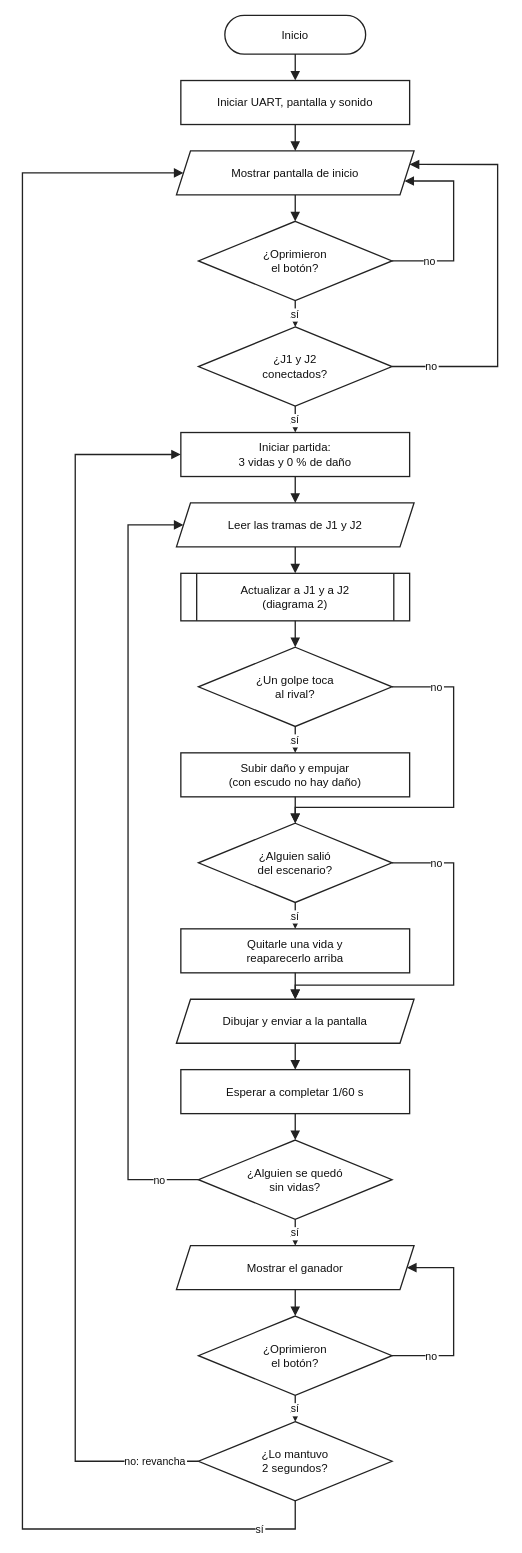
Earlier version of the draw.io diagram Grupos/G6/diagramas/flujo-juego-pelea.drawio (jhonyAlexan/Proyecto-Digital1-GRUPO9). Source tidied: cells renumbered, new cells numbered last; positions are measured from the earlier drawing's top-left corner, leaving out a move shared by most shapes. Both pictures are drawn from the tidied source at 88%, with x=0, y=0 at pixel (22, 15).
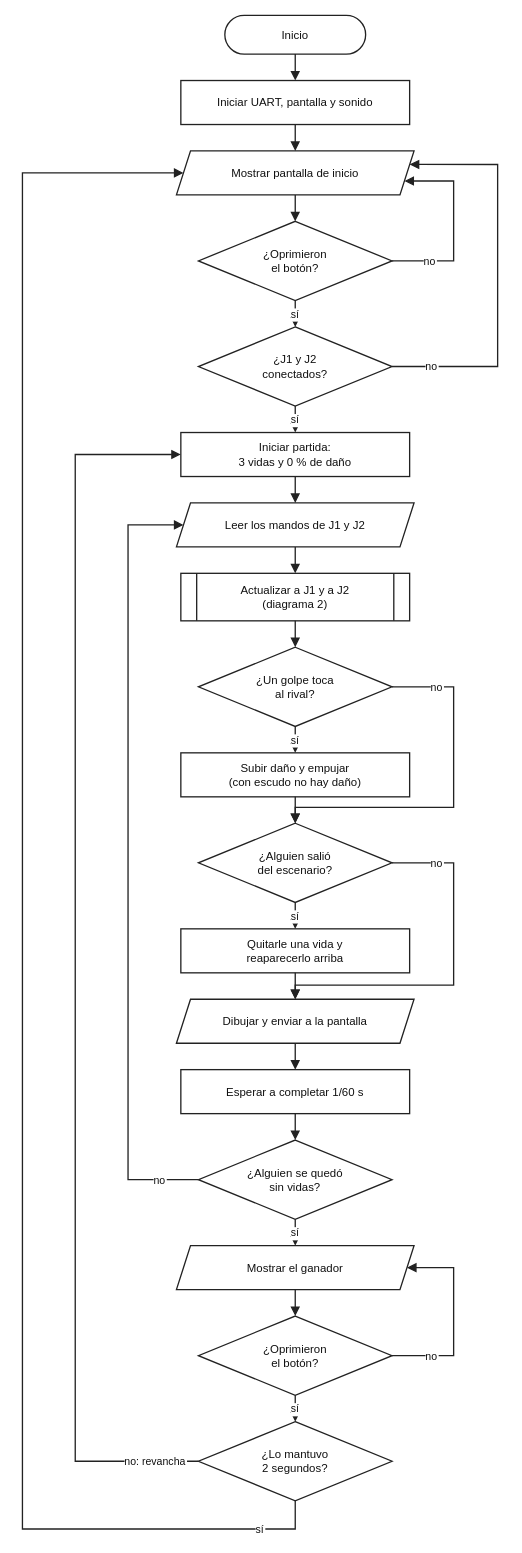
The same page after the edit.

Diff of the diagram source:
```diff
@@
-    <mxCell id="8" value="Leer las tramas de J1 y J2" style="shape=parallelogram;perimeter=parallelogramPerimeter;fixedSize=1;size=16;whiteSpace=wrap;html=0;fontSize=13;fontFamily=Helvetica;strokeColor=#222222;strokeWidth=1.5;fillColor=#FFFFFF;fontColor=#111111;" parent="1" vertex="1">
+    <mxCell id="8" value="Leer los mandos de J1 y J2" style="shape=parallelogram;perimeter=parallelogramPerimeter;fixedSize=1;size=16;whiteSpace=wrap;html=0;fontSize=13;fontFamily=Helvetica;strokeColor=#222222;strokeWidth=1.5;fillColor=#FFFFFF;fontColor=#111111;" parent="1" vertex="1">
       <mxGeometry x="175" y="554" width="270" height="50" as="geometry" />
     </mxCell>
```
